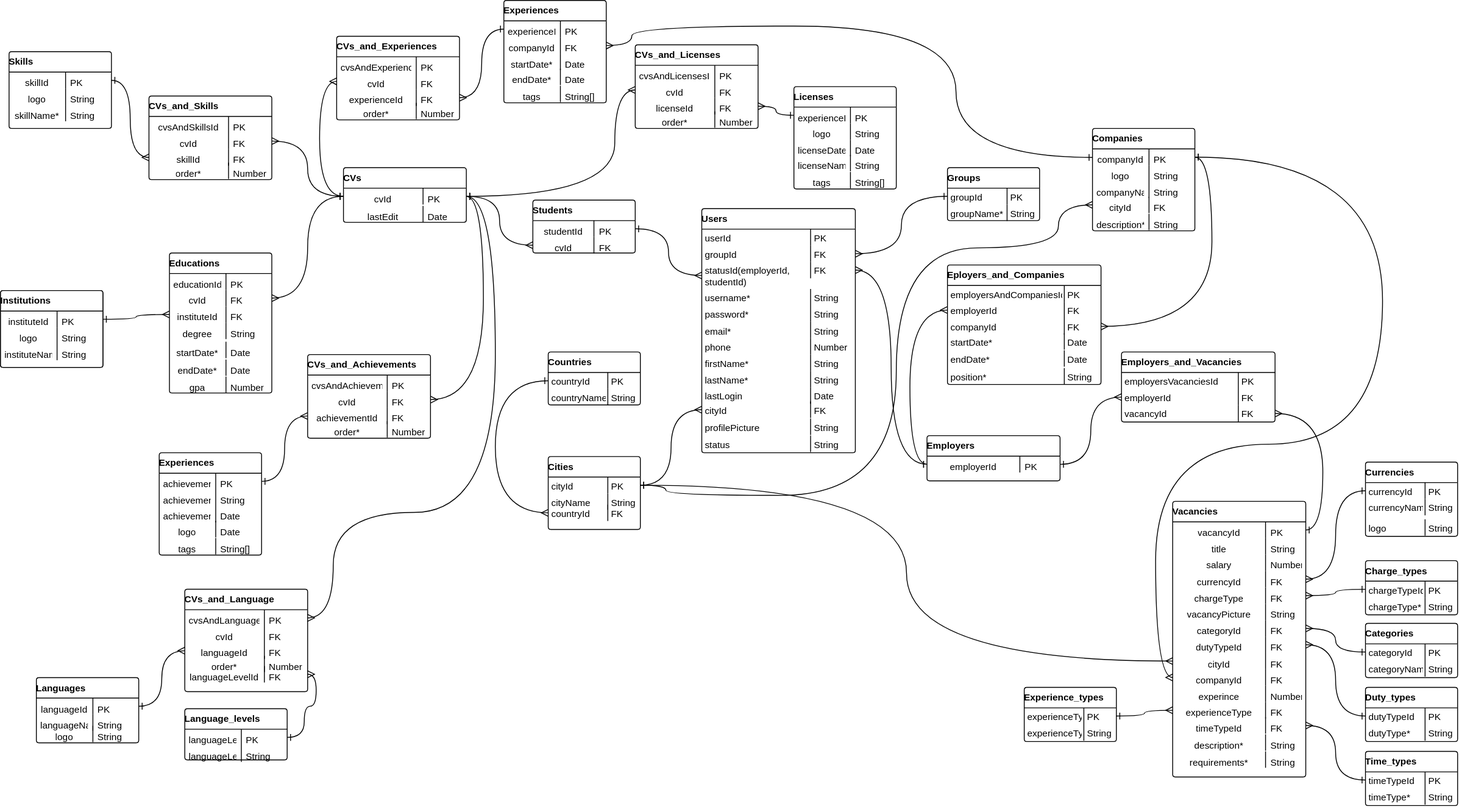
Mentor-ship/Mentorship keeps this draw.io diagram as docs/drawio/MentorshipDatabase.drawio.svg. Above is the earlier version. Source tidied: cells renumbered, new cells last; positions are measured from the earlier drawing's top-left corner, leaving out a move shared by most shapes.
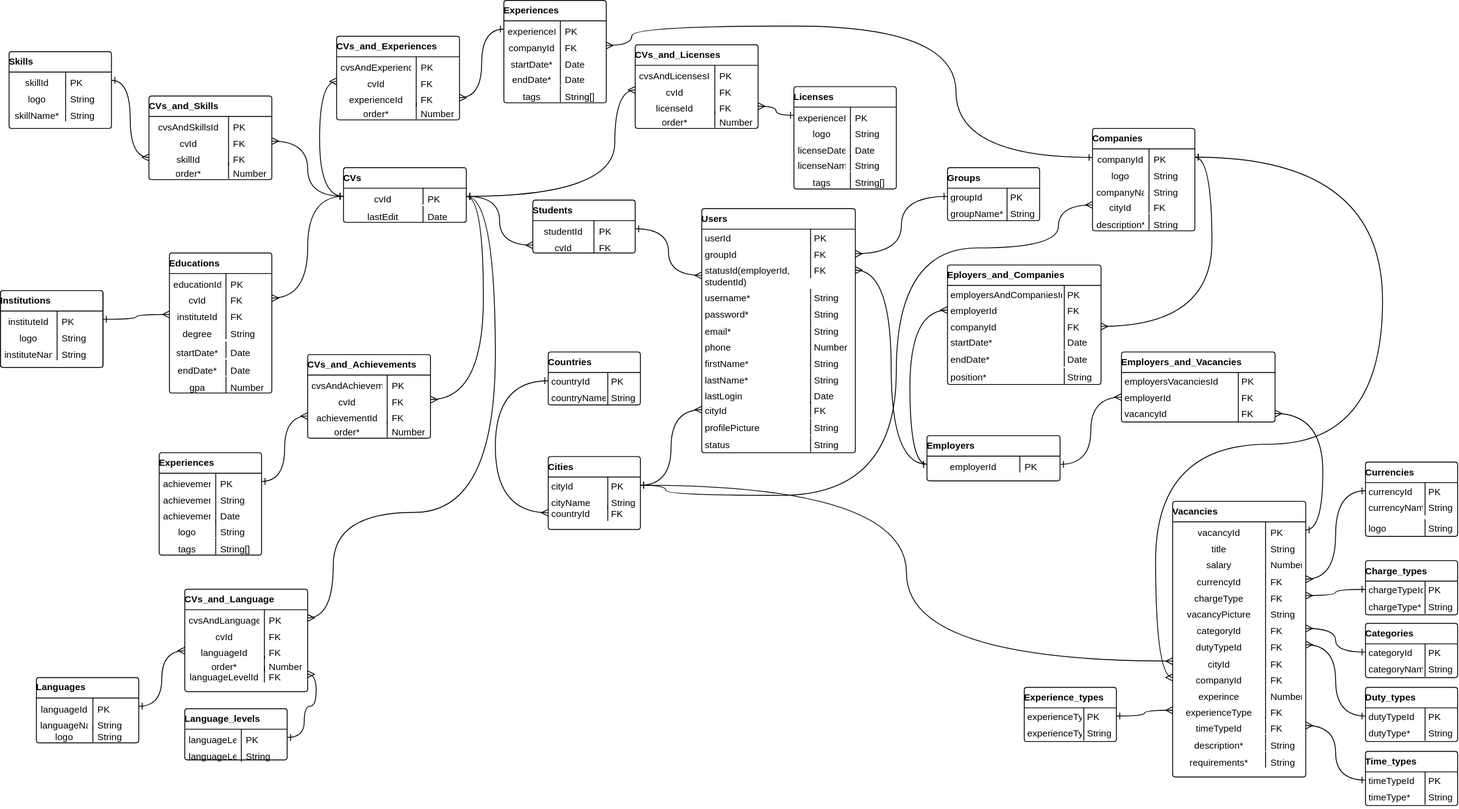
After the change.

Change to the diagram source:
```diff
@@ -562,7 +562,7 @@
     <mxCell id="186" value="logo" style="strokeColor=none;align=center;verticalAlign=top;spacingLeft=4;spacingRight=4;overflow=hidden;html=1;swimlaneFillColor=#ffffff;fontSize=11;fontColor=#000000;fillColor=none;strokeOpacity=100;fillOpacity=100;" parent="179" vertex="1">
       <mxGeometry y="80" width="66.3" height="19.2" as="geometry" />
     </mxCell>
-    <mxCell id="187" value="Date" style="shape=partialRectangle;top=0;right=0;bottom=0;align=left;verticalAlign=top;spacingLeft=4;spacingRight=4;overflow=hidden;html=1;swimlaneFillColor=#ffffff;fontSize=11;fontColor=#000000;fillColor=none;strokeOpacity=100;fillOpacity=100;" parent="179" vertex="1">
+    <mxCell id="187" value="String" style="shape=partialRectangle;top=0;right=0;bottom=0;align=left;verticalAlign=top;spacingLeft=4;spacingRight=4;overflow=hidden;html=1;swimlaneFillColor=#ffffff;fontSize=11;fontColor=#000000;fillColor=none;strokeOpacity=100;fillOpacity=100;" parent="179" vertex="1">
       <mxGeometry x="66.3" y="80" width="53.7" height="19.2" as="geometry" />
     </mxCell>
     <mxCell id="188" value="tags" style="strokeColor=none;align=center;verticalAlign=top;spacingLeft=4;spacingRight=4;overflow=hidden;html=1;swimlaneFillColor=#ffffff;fontSize=11;fontColor=#000000;fillColor=none;strokeOpacity=100;fillOpacity=100;" parent="179" vertex="1">
```
